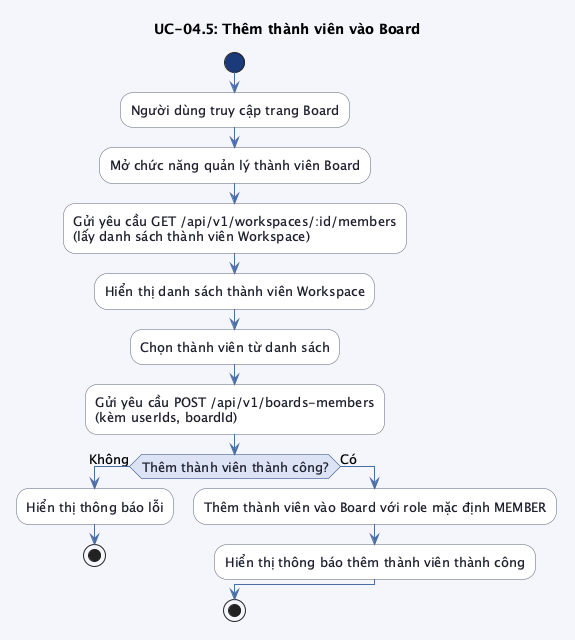
The PlantUML diagram src/images/chap3/activity_uc04_5.png in trongnhan34vn/trello-report, before a commit.
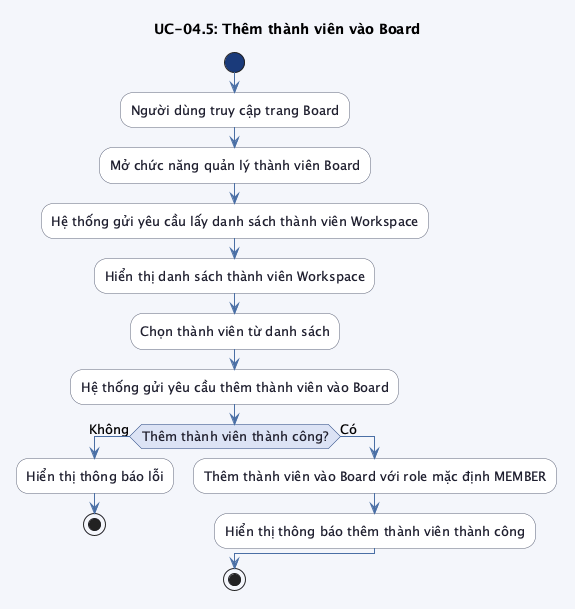
After the commit.

Change to the diagram source:
```diff
@@ -21,10 +21,10 @@
 
 :Người dùng truy cập trang Board;
 :Mở chức năng quản lý thành viên Board;
-:Gửi yêu cầu GET /api/v1/workspaces/:id/members\n(lấy danh sách thành viên Workspace);
+:Hệ thống gửi yêu cầu lấy danh sách thành viên Workspace;
 :Hiển thị danh sách thành viên Workspace;
 :Chọn thành viên từ danh sách;
-:Gửi yêu cầu POST /api/v1/boards-members\n(kèm userIds, boardId);
+:Hệ thống gửi yêu cầu thêm thành viên vào Board;
 
 if (Thêm thành viên thành công?) then (Không)
     :Hiển thị thông báo lỗi;
```
